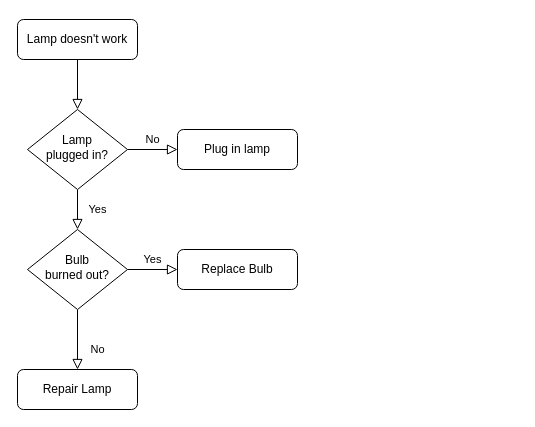
Above: 未命名绘图.drawio in JoceHYJ/tomatoPaper (draw.io), before the change. Source tidied: cells renumbered, new cells numbered last; positions are measured from the earlier drawing's top-left corner, leaving out a move shared by most shapes. Both pictures are drawn from the tidied source at 100%, with x=0, y=0 at pixel (17, 19).
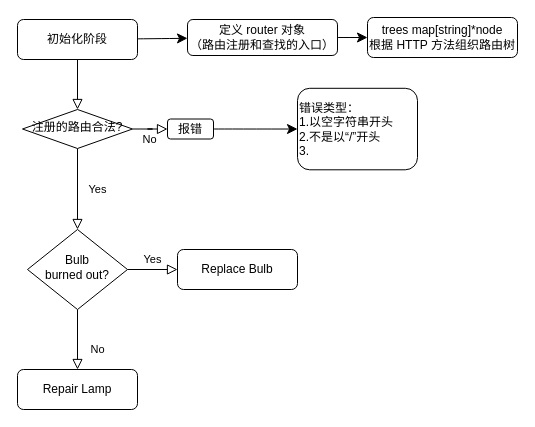
Above is the later version.

Change to the diagram source:
```diff
@@
 <mxGraphModel>
   <root>
     <mxCell id="0" />
     <mxCell id="1" parent="0" />
     <mxCell id="2" style="rounded=0;html=1;jettySize=auto;fontSize=11;endArrow=block;endFill=0;endSize=8;strokeWidth=1;shadow=0;labelBackgroundColor=none;edgeStyle=orthogonalEdgeStyle;" parent="1" edge="1" source="3" target="6">
       <mxGeometry relative="1" as="geometry" />
     </mxCell>
+    <mxCell id="13" style="edgeStyle=none;curved=1;rounded=0;jettySize=auto;html=1;fontSize=12;startSize=8;endSize=8;" parent="1" edge="1" source="3" target="16">
+      <mxGeometry relative="1" as="geometry" />
+    </mxCell>
-    <mxCell id="3" value="Lamp doesn't work" style="rounded=1;whiteSpace=wrap;html=1;fontSize=12;glass=0;strokeWidth=1;shadow=0;" parent="1" vertex="1">
+    <mxCell id="3" value="初始化阶段" style="rounded=1;whiteSpace=wrap;html=1;fontSize=12;glass=0;strokeWidth=1;shadow=0;" parent="1" vertex="1">
       <mxGeometry width="120" height="40" as="geometry" />
     </mxCell>
     <mxCell id="4" value="Yes" style="rounded=0;html=1;jettySize=auto;fontSize=11;endArrow=block;endFill=0;endSize=8;strokeWidth=1;shadow=0;labelBackgroundColor=none;edgeStyle=orthogonalEdgeStyle;" parent="1" edge="1" source="6" target="10">
       <mxGeometry y="20" relative="1" as="geometry" />
     </mxCell>
     <mxCell id="5" value="No" style="edgeStyle=orthogonalEdgeStyle;rounded=0;html=1;jettySize=auto;fontSize=11;endArrow=block;endFill=0;endSize=8;strokeWidth=1;shadow=0;labelBackgroundColor=none;" parent="1" edge="1" source="6" target="7">
       <mxGeometry y="10" relative="1" as="geometry" />
     </mxCell>
-    <mxCell id="6" value="Lamp&lt;br&gt;plugged in?" style="rhombus;whiteSpace=wrap;html=1;shadow=0;fontFamily=Helvetica;fontSize=12;align=center;strokeWidth=1;spacing=6;spacingTop=-4;" parent="1" vertex="1">
-      <mxGeometry x="10" y="90" width="100" height="80" as="geometry" />
+    <mxCell id="6" value="注册的路由合法?" style="rhombus;whiteSpace=wrap;html=1;shadow=0;fontFamily=Helvetica;fontSize=12;align=center;strokeWidth=1;spacing=6;spacingTop=-4;" parent="1" vertex="1">
+      <mxGeometry x="5" y="90" width="110" height="39" as="geometry" />
     </mxCell>
+    <mxCell id="14" style="edgeStyle=none;curved=1;rounded=0;jettySize=auto;html=1;fontSize=12;startSize=8;endSize=8;" parent="1" edge="1" source="7" target="18">
+      <mxGeometry relative="1" as="geometry" />
+    </mxCell>
-    <mxCell id="7" value="Plug in lamp" style="rounded=1;whiteSpace=wrap;html=1;fontSize=12;glass=0;strokeWidth=1;shadow=0;" parent="1" vertex="1">
-      <mxGeometry x="160" y="110" width="120" height="40" as="geometry" />
+    <mxCell id="7" value="报错" style="rounded=1;whiteSpace=wrap;html=1;fontSize=12;glass=0;strokeWidth=1;shadow=0;" parent="1" vertex="1">
+      <mxGeometry x="150" y="99.5" width="46" height="20" as="geometry" />
     </mxCell>
     <mxCell id="8" value="No" style="rounded=0;html=1;jettySize=auto;fontSize=11;endArrow=block;endFill=0;endSize=8;strokeWidth=1;shadow=0;labelBackgroundColor=none;edgeStyle=orthogonalEdgeStyle;" parent="1" edge="1" source="10" target="11">
       <mxGeometry x="0.33" y="20" relative="1" as="geometry" />
     </mxCell>
     <mxCell id="9" value="Yes" style="edgeStyle=orthogonalEdgeStyle;rounded=0;html=1;jettySize=auto;fontSize=11;endArrow=block;endFill=0;endSize=8;strokeWidth=1;shadow=0;labelBackgroundColor=none;" parent="1" edge="1" source="10" target="12">
       <mxGeometry y="10" relative="1" as="geometry" />
     </mxCell>
     <mxCell id="10" value="Bulb&lt;br&gt;burned out?" style="rhombus;whiteSpace=wrap;html=1;shadow=0;fontFamily=Helvetica;fontSize=12;align=center;strokeWidth=1;spacing=6;spacingTop=-4;" parent="1" vertex="1">
       <mxGeometry x="10" y="210" width="100" height="80" as="geometry" />
     </mxCell>
     <mxCell id="11" value="Repair Lamp" style="rounded=1;whiteSpace=wrap;html=1;fontSize=12;glass=0;strokeWidth=1;shadow=0;" parent="1" vertex="1">
       <mxGeometry y="350" width="120" height="40" as="geometry" />
     </mxCell>
     <mxCell id="12" value="Replace Bulb" style="rounded=1;whiteSpace=wrap;html=1;fontSize=12;glass=0;strokeWidth=1;shadow=0;" parent="1" vertex="1">
       <mxGeometry x="160" y="230" width="120" height="40" as="geometry" />
     </mxCell>
+    <mxCell id="15" style="edgeStyle=none;curved=1;rounded=0;jettySize=auto;html=1;fontSize=12;startSize=8;endSize=8;" parent="1" edge="1" source="16" target="17">
+      <mxGeometry relative="1" as="geometry" />
+    </mxCell>
+    <mxCell id="16" value="定义 router 对象&lt;div&gt;（路由注册和查找的入口）&lt;/div&gt;" style="rounded=1;whiteSpace=wrap;html=1;fontSize=12;glass=0;strokeWidth=1;shadow=0;" parent="1" vertex="1">
+      <mxGeometry x="170" width="150" height="36" as="geometry" />
+    </mxCell>
+    <mxCell id="17" value="&lt;div&gt;&lt;span style=&quot;white-space: normal;&quot;&gt;trees map[string]*node&lt;/span&gt;&lt;/div&gt;&lt;div&gt;根据 HTTP 方法组织路由树&lt;/div&gt;" style="whiteSpace=wrap;html=1;rounded=1;glass=0;strokeWidth=1;shadow=0;" parent="1" vertex="1">
+      <mxGeometry x="350" y="-2" width="150" height="40" as="geometry" />
+    </mxCell>
+    <mxCell id="18" value="错误类型：&lt;div&gt;1.以空字符串开头&lt;/div&gt;&lt;div&gt;2.不是以“/”开头&lt;/div&gt;&lt;div&gt;3.&lt;/div&gt;" style="whiteSpace=wrap;html=1;rounded=1;glass=0;strokeWidth=1;shadow=0;align=left;" parent="1" vertex="1">
+      <mxGeometry x="280" y="68.8" width="120" height="81.5" as="geometry" />
+    </mxCell>
   </root>
 </mxGraphModel>
```
